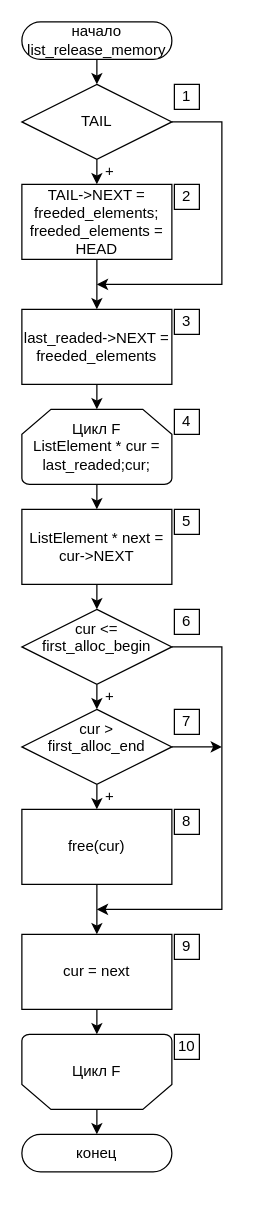
Earlier version of the draw.io diagram ПЗ/Diagrams/list_release_memory.drawio (Killfrra/AnP). Source tidied: cells renumbered, new cells numbered last; positions are measured from the earlier drawing's top-left corner, leaving out a move shared by most shapes. Both pictures are drawn from the tidied source at 125%, with x=0, y=0 at pixel (21, 21).
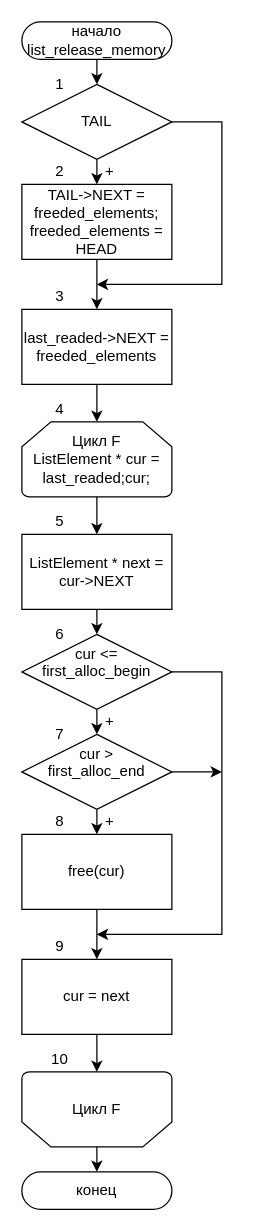
The same diagram, later.

Change to the diagram source:
```diff
@@
     <mxCell id="3" value="конец" style="rounded=1;whiteSpace=wrap;html=1;arcSize=50;" parent="1" vertex="1">
-      <mxGeometry y="890" width="120" height="30" as="geometry" />
+      <mxGeometry y="920" width="120" height="30" as="geometry" />
     </mxCell>
     <mxCell id="4" value="Цикл F&lt;br&gt;ListElement * cur = last_readed;cur;" style="strokeWidth=1;html=1;shape=mxgraph.flowchart.loop_limit;whiteSpace=wrap;flipV=0;" parent="1" vertex="1">
-      <mxGeometry y="310" width="120" height="60" as="geometry" />
+      <mxGeometry y="320" width="120" height="60" as="geometry" />
     </mxCell>
     <mxCell id="5" value="Цикл F" style="strokeWidth=1;html=1;shape=mxgraph.flowchart.loop_limit;whiteSpace=wrap;flipV=1;" parent="1" vertex="1">
-      <mxGeometry y="810" width="120" height="60" as="geometry" />
+      <mxGeometry y="840" width="120" height="60" as="geometry" />
     </mxCell>
     <mxCell id="6" value="cur = next" style="rounded=0;whiteSpace=wrap;html=1;" parent="1" vertex="1">
-      <mxGeometry y="730" width="120" height="60" as="geometry" />
+      <mxGeometry y="750" width="120" height="60" as="geometry" />
     </mxCell>
@@
     <mxCell id="9" style="edgeStyle=orthogonalEdgeStyle;rounded=0;jettySize=auto;html=1;exitX=1;exitY=0.5;exitDx=0;exitDy=0;" parent="1" edge="1" source="10">
       <mxGeometry relative="1" as="geometry">
-        <mxPoint x="60" y="710" as="targetPoint" />
+        <mxPoint x="60" y="730" as="targetPoint" />
         <Array as="points">
-          <mxPoint x="160" y="500" />
-          <mxPoint x="160" y="710" />
+          <mxPoint x="160" y="520" />
+          <mxPoint x="160" y="730" />
         </Array>
       </mxGeometry>
     </mxCell>
     <mxCell id="10" value="cur &amp;lt;= first_alloc_begin&lt;br&gt;&amp;nbsp;" style="rhombus;whiteSpace=wrap;html=1;rounded=0;" parent="1" vertex="1">
-      <mxGeometry y="470" width="120" height="60" as="geometry" />
+      <mxGeometry y="490" width="120" height="60" as="geometry" />
     </mxCell>
     <mxCell id="11" value="free(cur)" style="rounded=0;whiteSpace=wrap;html=1;" parent="1" vertex="1">
-      <mxGeometry y="630" width="120" height="60" as="geometry" />
+      <mxGeometry y="650" width="120" height="60" as="geometry" />
     </mxCell>
@@
     <mxCell id="13" value="ListElement * next = cur-&gt;NEXT" style="rounded=0;whiteSpace=wrap;html=1;" parent="1" vertex="1">
-      <mxGeometry y="390" width="120" height="60" as="geometry" />
+      <mxGeometry y="410" width="120" height="60" as="geometry" />
     </mxCell>
@@
     <mxCell id="26" style="edgeStyle=orthogonalEdgeStyle;rounded=0;jettySize=auto;html=1;exitX=1;exitY=0.5;exitDx=0;exitDy=0;" parent="1" edge="1" source="27">
       <mxGeometry relative="1" as="geometry">
-        <mxPoint x="160" y="580" as="targetPoint" />
+        <mxPoint x="160" y="600" as="targetPoint" />
       </mxGeometry>
     </mxCell>
     <mxCell id="27" value="cur &amp;gt;&lt;br&gt;first_alloc_end&lt;br&gt;&amp;nbsp;" style="rhombus;whiteSpace=wrap;html=1;rounded=0;" parent="1" vertex="1">
-      <mxGeometry y="550" width="120" height="60" as="geometry" />
+      <mxGeometry y="570" width="120" height="60" as="geometry" />
     </mxCell>
     <mxCell id="28" value="+" style="text;html=1;align=center;verticalAlign=middle;" parent="1" vertex="1">
-      <mxGeometry x="60" y="610" width="20" height="20" as="geometry" />
+      <mxGeometry x="60" y="630" width="20" height="20" as="geometry" />
     </mxCell>
     <mxCell id="29" value="+" style="text;html=1;align=center;verticalAlign=middle;" parent="1" vertex="1">
-      <mxGeometry x="60" y="530" width="20" height="20" as="geometry" />
+      <mxGeometry x="60" y="550" width="20" height="20" as="geometry" />
     </mxCell>
+    <mxCell id="40" value="+" style="text;html=1;align=center;verticalAlign=middle;" parent="1" vertex="1">
+      <mxGeometry x="60" y="110" width="20" height="20" as="geometry" />
+    </mxCell>
-    <mxCell id="30" value="1" style="whiteSpace=wrap;html=1;" parent="1" vertex="1">
-      <mxGeometry x="122" y="50" width="20" height="20" as="geometry" />
+    <mxCell id="30" value="1" style="text;html=1;align=center;verticalAlign=middle;" parent="1" vertex="1">
+      <mxGeometry x="20" y="40" width="20" height="20" as="geometry" />
     </mxCell>
-    <mxCell id="31" value="2" style="whiteSpace=wrap;html=1;" parent="1" vertex="1">
-      <mxGeometry x="122" y="130" width="20" height="20" as="geometry" />
+    <mxCell id="31" value="2" style="text;html=1;align=center;verticalAlign=middle;" parent="1" vertex="1">
+      <mxGeometry x="20" y="110" width="20" height="20" as="geometry" />
     </mxCell>
-    <mxCell id="32" value="3" style="whiteSpace=wrap;html=1;" parent="1" vertex="1">
-      <mxGeometry x="122" y="230" width="20" height="20" as="geometry" />
+    <mxCell id="32" value="3" style="text;html=1;align=center;verticalAlign=middle;" parent="1" vertex="1">
+      <mxGeometry x="20" y="210" width="20" height="20" as="geometry" />
     </mxCell>
-    <mxCell id="33" value="4" style="whiteSpace=wrap;html=1;" parent="1" vertex="1">
-      <mxGeometry x="122" y="310" width="20" height="20" as="geometry" />
+    <mxCell id="33" value="4" style="text;html=1;align=center;verticalAlign=middle;" parent="1" vertex="1">
+      <mxGeometry x="20" y="300" width="20" height="20" as="geometry" />
     </mxCell>
-    <mxCell id="34" value="5" style="whiteSpace=wrap;html=1;" parent="1" vertex="1">
-      <mxGeometry x="122" y="390" width="20" height="20" as="geometry" />
+    <mxCell id="34" value="5" style="text;html=1;align=center;verticalAlign=middle;" parent="1" vertex="1">
+      <mxGeometry x="20" y="390" width="20" height="20" as="geometry" />
     </mxCell>
-    <mxCell id="35" value="6" style="whiteSpace=wrap;html=1;" parent="1" vertex="1">
-      <mxGeometry x="122" y="470" width="20" height="20" as="geometry" />
+    <mxCell id="35" value="6" style="text;html=1;align=center;verticalAlign=middle;" parent="1" vertex="1">
+      <mxGeometry x="20" y="480" width="20" height="20" as="geometry" />
     </mxCell>
-    <mxCell id="36" value="7" style="whiteSpace=wrap;html=1;" parent="1" vertex="1">
-      <mxGeometry x="122" y="550" width="20" height="20" as="geometry" />
+    <mxCell id="36" value="7" style="text;html=1;align=center;verticalAlign=middle;" parent="1" vertex="1">
+      <mxGeometry x="20" y="560" width="20" height="20" as="geometry" />
     </mxCell>
-    <mxCell id="37" value="8" style="whiteSpace=wrap;html=1;" parent="1" vertex="1">
-      <mxGeometry x="122" y="630" width="20" height="20" as="geometry" />
+    <mxCell id="37" value="8" style="text;html=1;align=center;verticalAlign=middle;" parent="1" vertex="1">
+      <mxGeometry x="20" y="630" width="20" height="20" as="geometry" />
     </mxCell>
-    <mxCell id="38" value="9" style="whiteSpace=wrap;html=1;" parent="1" vertex="1">
-      <mxGeometry x="122" y="730" width="20" height="20" as="geometry" />
+    <mxCell id="38" value="9" style="text;html=1;align=center;verticalAlign=middle;" parent="1" vertex="1">
+      <mxGeometry x="20" y="730" width="20" height="20" as="geometry" />
     </mxCell>
-    <mxCell id="39" value="10" style="whiteSpace=wrap;html=1;" parent="1" vertex="1">
-      <mxGeometry x="122" y="810" width="20" height="20" as="geometry" />
+    <mxCell id="39" value="10" style="text;html=1;align=center;verticalAlign=middle;" parent="1" vertex="1">
+      <mxGeometry x="15" y="820" width="30" height="20" as="geometry" />
     </mxCell>
-    <mxCell id="40" value="+" style="text;html=1;align=center;verticalAlign=middle;" parent="1" vertex="1">
-      <mxGeometry x="60" y="110" width="20" height="20" as="geometry" />
-    </mxCell>
```
